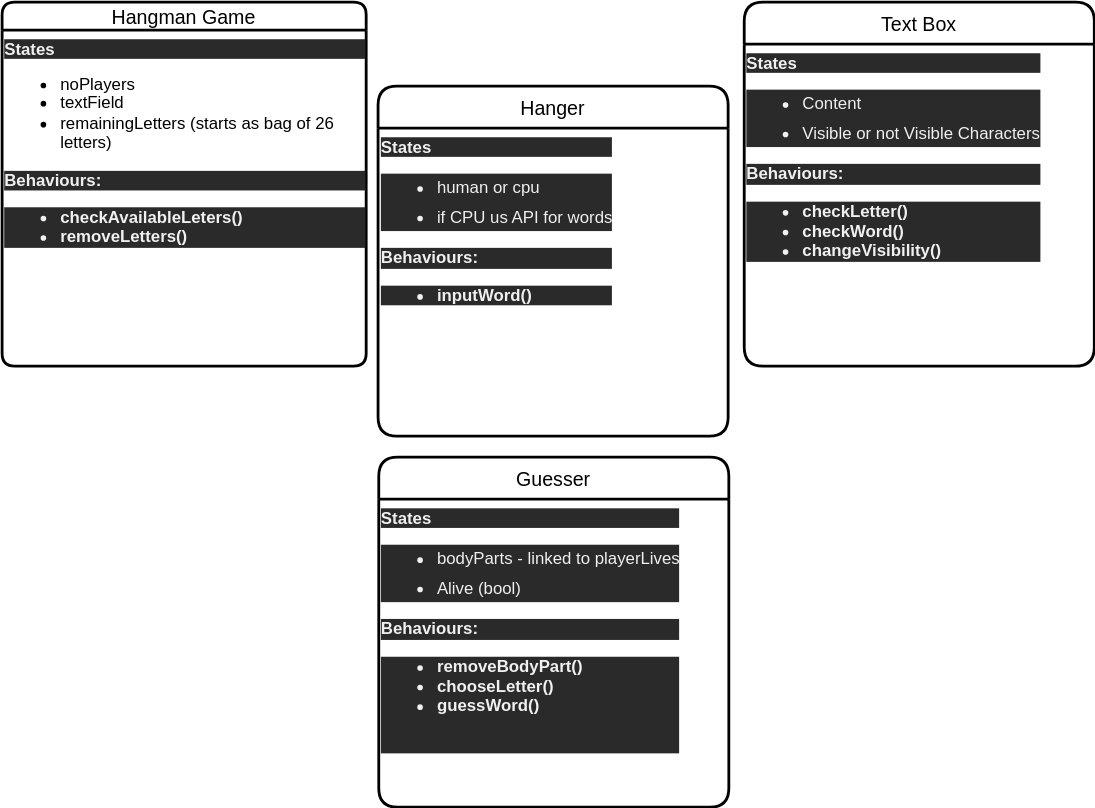
The draw.io diagram Diagram.drawio.svg in ilker79/Hangman-Game, before a commit. Source tidied: cells renumbered, new cells last; positions are measured from the earlier drawing's top-left corner, leaving out a move shared by most shapes.
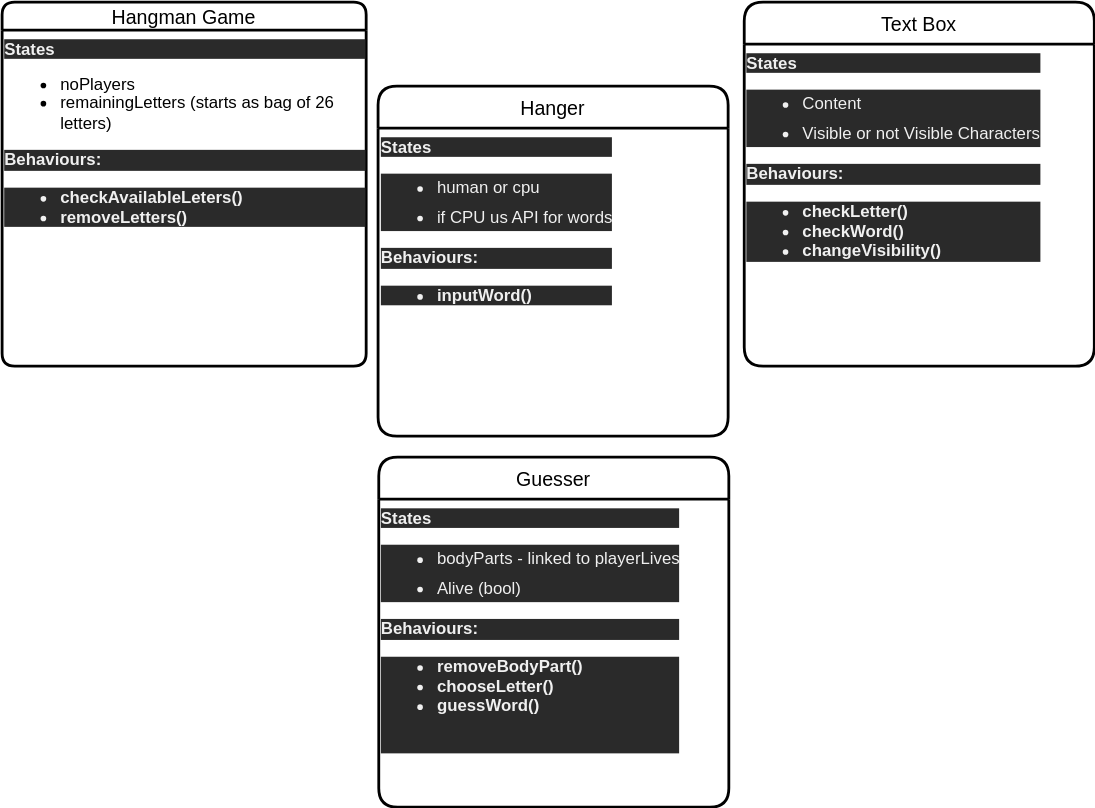
The same file after the commit.

Diff of the diagram source:
```diff
@@ -5,7 +5,7 @@
     <mxCell id="2" value="Hangman Game " style="swimlane;horizontal=1;startSize=20;rounded=1;fontSize=14;fontStyle=0;strokeWidth=2;shadow=0;dashed=0;align=center;" parent="1" vertex="1">
       <mxGeometry width="260" height="260" as="geometry" />
     </mxCell>
-    <mxCell id="3" value="&lt;div style=&quot;color: rgb(240 , 240 , 240) ; font-family: &amp;#34;helvetica&amp;#34; ; font-size: 12px ; font-style: normal ; font-weight: 400 ; letter-spacing: normal ; text-indent: 0px ; text-transform: none ; word-spacing: 0px ; background-color: rgb(42 , 42 , 42) ; text-align: left&quot;&gt;&lt;b&gt;States&lt;/b&gt;&lt;/div&gt;&lt;ul&gt;&lt;li style=&quot;line-height: 12px&quot;&gt;noPlayers&lt;/li&gt;&lt;li&gt;textField&lt;/li&gt;&lt;li&gt;remainingLetters (starts as bag of 26 letters)&lt;/li&gt;&lt;/ul&gt;&lt;div style=&quot;color: rgb(240 , 240 , 240) ; font-family: &amp;#34;helvetica&amp;#34; ; font-size: 12px ; font-style: normal ; font-weight: 400 ; letter-spacing: normal ; text-indent: 0px ; text-transform: none ; word-spacing: 0px ; background-color: rgb(42 , 42 , 42) ; text-align: left&quot;&gt;&lt;b&gt;Behaviours:&lt;/b&gt;&lt;/div&gt;&lt;div style=&quot;color: rgb(240 , 240 , 240) ; font-family: &amp;#34;helvetica&amp;#34; ; font-size: 12px ; font-style: normal ; font-weight: 400 ; letter-spacing: normal ; text-indent: 0px ; text-transform: none ; word-spacing: 0px ; background-color: rgb(42 , 42 , 42) ; text-align: left&quot;&gt;&lt;ul&gt;&lt;li&gt;&lt;b&gt;checkAvailableLeters()&lt;/b&gt;&lt;/li&gt;&lt;li&gt;&lt;b&gt;removeLetters()&lt;/b&gt;&lt;/li&gt;&lt;/ul&gt;&lt;/div&gt;" style="text;whiteSpace=wrap;html=1;" parent="2" vertex="1">
+    <mxCell id="3" value="&lt;div style=&quot;color: rgb(240 , 240 , 240) ; font-family: &amp;#34;helvetica&amp;#34; ; font-size: 12px ; font-style: normal ; font-weight: 400 ; letter-spacing: normal ; text-indent: 0px ; text-transform: none ; word-spacing: 0px ; background-color: rgb(42 , 42 , 42) ; text-align: left&quot;&gt;&lt;b&gt;States&lt;/b&gt;&lt;/div&gt;&lt;ul&gt;&lt;li style=&quot;line-height: 12px&quot;&gt;noPlayers&lt;/li&gt;&lt;li&gt;remainingLetters (starts as bag of 26 letters)&lt;/li&gt;&lt;/ul&gt;&lt;div style=&quot;color: rgb(240 , 240 , 240) ; font-family: &amp;#34;helvetica&amp;#34; ; font-size: 12px ; font-style: normal ; font-weight: 400 ; letter-spacing: normal ; text-indent: 0px ; text-transform: none ; word-spacing: 0px ; background-color: rgb(42 , 42 , 42) ; text-align: left&quot;&gt;&lt;b&gt;Behaviours:&lt;/b&gt;&lt;/div&gt;&lt;div style=&quot;color: rgb(240 , 240 , 240) ; font-family: &amp;#34;helvetica&amp;#34; ; font-size: 12px ; font-style: normal ; font-weight: 400 ; letter-spacing: normal ; text-indent: 0px ; text-transform: none ; word-spacing: 0px ; background-color: rgb(42 , 42 , 42) ; text-align: left&quot;&gt;&lt;ul&gt;&lt;li&gt;&lt;b&gt;checkAvailableLeters()&lt;/b&gt;&lt;/li&gt;&lt;li&gt;&lt;b&gt;removeLetters()&lt;/b&gt;&lt;/li&gt;&lt;/ul&gt;&lt;/div&gt;" style="text;whiteSpace=wrap;html=1;" parent="2" vertex="1">
       <mxGeometry y="20" width="260" height="240" as="geometry" />
     </mxCell>
     <mxCell id="4" value="Text Box" style="swimlane;horizontal=1;startSize=30;rounded=1;fontSize=14;fontStyle=0;strokeWidth=2;shadow=0;dashed=0;align=center;" parent="1" vertex="1">
```
